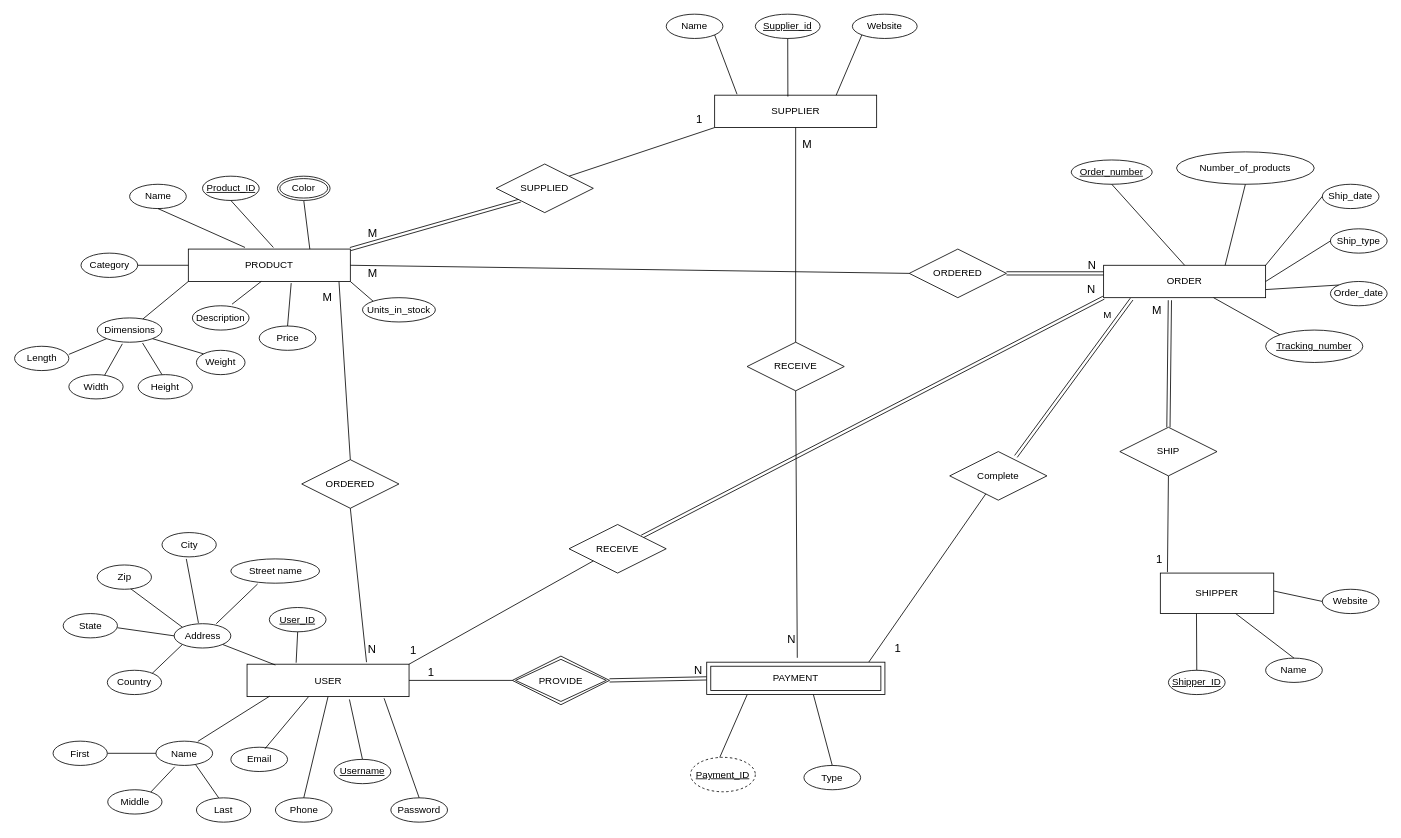
This is Untitled Diagram.drawio from adammenker/CS3380_AAK, a draw.io file, before an edit. Source tidied: cells renumbered, new cells numbered last; positions are measured from the earlier drawing's top-left corner, leaving out a move shared by most shapes. Both pictures are drawn from the tidied source at 81%, with x=0, y=0 at pixel (15, 14).
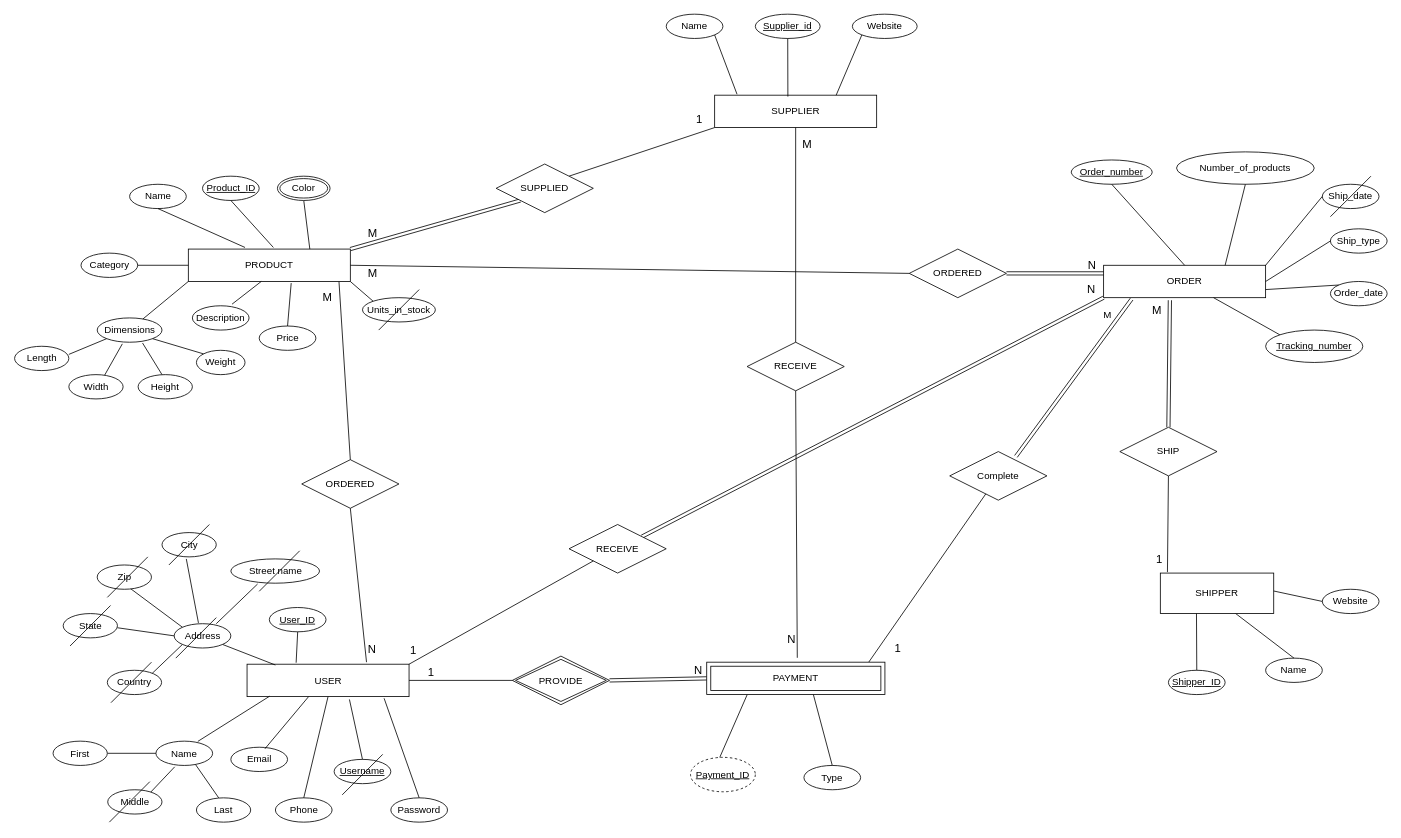
Above is the later version.

Diff of the diagram source:
```diff
@@
+    <mxCell id="133" style="endArrow=none;html=1;" parent="1" edge="1">
+      <mxGeometry relative="1" as="geometry">
+        <mxPoint x="404" y="963.8" as="sourcePoint" />
+        <mxPoint x="454" y="913.8" as="targetPoint" />
+      </mxGeometry>
+    </mxCell>
+    <mxCell id="134" style="endArrow=none;html=1;" parent="1" edge="1">
+      <mxGeometry relative="1" as="geometry">
+        <mxPoint x="116.5" y="997.5" as="sourcePoint" />
+        <mxPoint x="166.5" y="947.5" as="targetPoint" />
+      </mxGeometry>
+    </mxCell>
+    <mxCell id="135" style="endArrow=none;html=1;" parent="1" edge="1">
+      <mxGeometry relative="1" as="geometry">
+        <mxPoint x="198.5" y="795" as="sourcePoint" />
+        <mxPoint x="248.5" y="745" as="targetPoint" />
+      </mxGeometry>
+    </mxCell>
+    <mxCell id="136" style="endArrow=none;html=1;" parent="1" edge="1">
+      <mxGeometry relative="1" as="geometry">
+        <mxPoint x="301.5" y="712.5" as="sourcePoint" />
+        <mxPoint x="351.5" y="662.5" as="targetPoint" />
+      </mxGeometry>
+    </mxCell>
+    <mxCell id="137" style="endArrow=none;html=1;" parent="1" edge="1">
+      <mxGeometry relative="1" as="geometry">
+        <mxPoint x="190" y="680" as="sourcePoint" />
+        <mxPoint x="240" y="630" as="targetPoint" />
+      </mxGeometry>
+    </mxCell>
+    <mxCell id="138" style="endArrow=none;html=1;" parent="1" edge="1">
+      <mxGeometry relative="1" as="geometry">
+        <mxPoint x="114" y="720" as="sourcePoint" />
+        <mxPoint x="164" y="670" as="targetPoint" />
+      </mxGeometry>
+    </mxCell>
+    <mxCell id="139" style="endArrow=none;html=1;" parent="1" edge="1">
+      <mxGeometry relative="1" as="geometry">
+        <mxPoint x="118.5" y="850" as="sourcePoint" />
+        <mxPoint x="168.5" y="800" as="targetPoint" />
+      </mxGeometry>
+    </mxCell>
+    <mxCell id="140" style="endArrow=none;html=1;" parent="1" edge="1">
+      <mxGeometry relative="1" as="geometry">
+        <mxPoint x="68" y="780" as="sourcePoint" />
+        <mxPoint x="118" y="730" as="targetPoint" />
+      </mxGeometry>
+    </mxCell>
+    <mxCell id="141" style="endArrow=none;html=1;" parent="1" edge="1">
+      <mxGeometry relative="1" as="geometry">
+        <mxPoint x="1624" y="250" as="sourcePoint" />
+        <mxPoint x="1674" y="200" as="targetPoint" />
+      </mxGeometry>
+    </mxCell>
+    <mxCell id="142" style="endArrow=none;html=1;" parent="1" edge="1">
+      <mxGeometry relative="1" as="geometry">
+        <mxPoint x="449" y="390" as="sourcePoint" />
+        <mxPoint x="499" y="340" as="targetPoint" />
+      </mxGeometry>
+    </mxCell>
```
